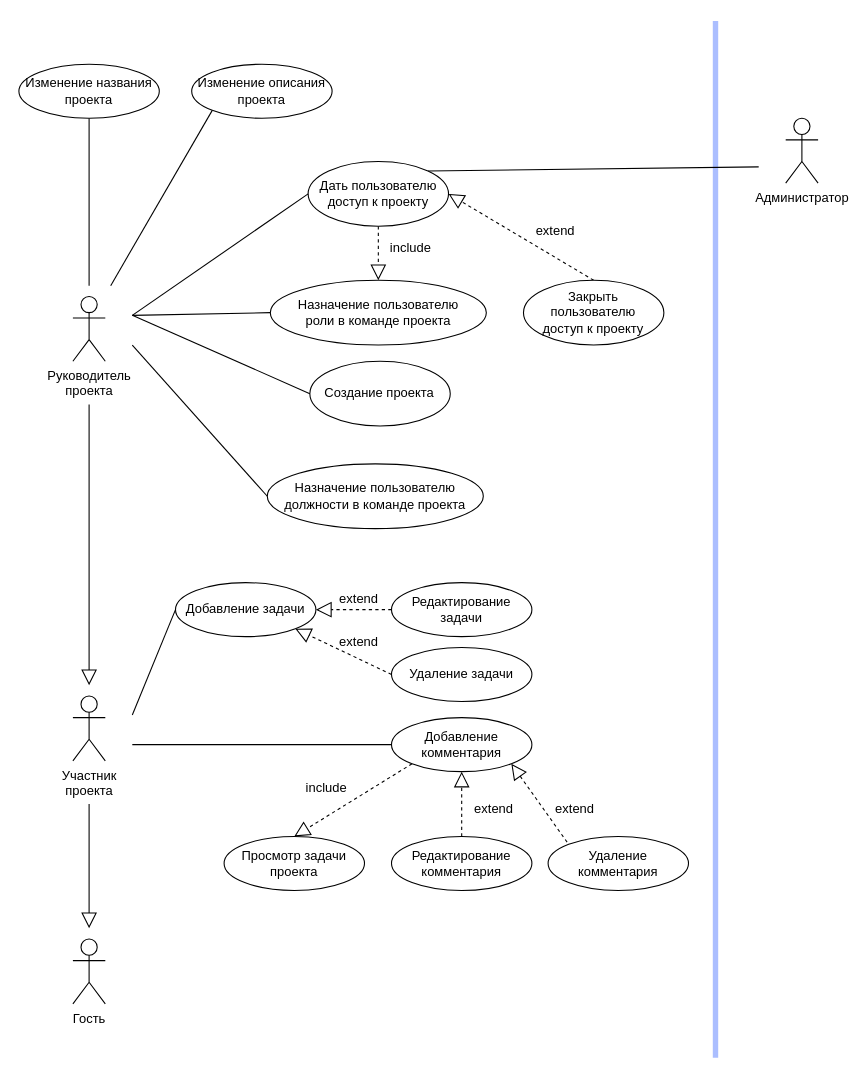
Above: page "Page-4" (4 of 4) of doc/use-case.drawio in UlrixSingle/task-manager-suai-23 (draw.io), before the change. Source tidied: cells renumbered, new cells numbered last; positions are measured from the earlier drawing's top-left corner, leaving out a move shared by most shapes. Both pictures are drawn from the tidied source at 108%, with x=0, y=0 at pixel (18, 21).
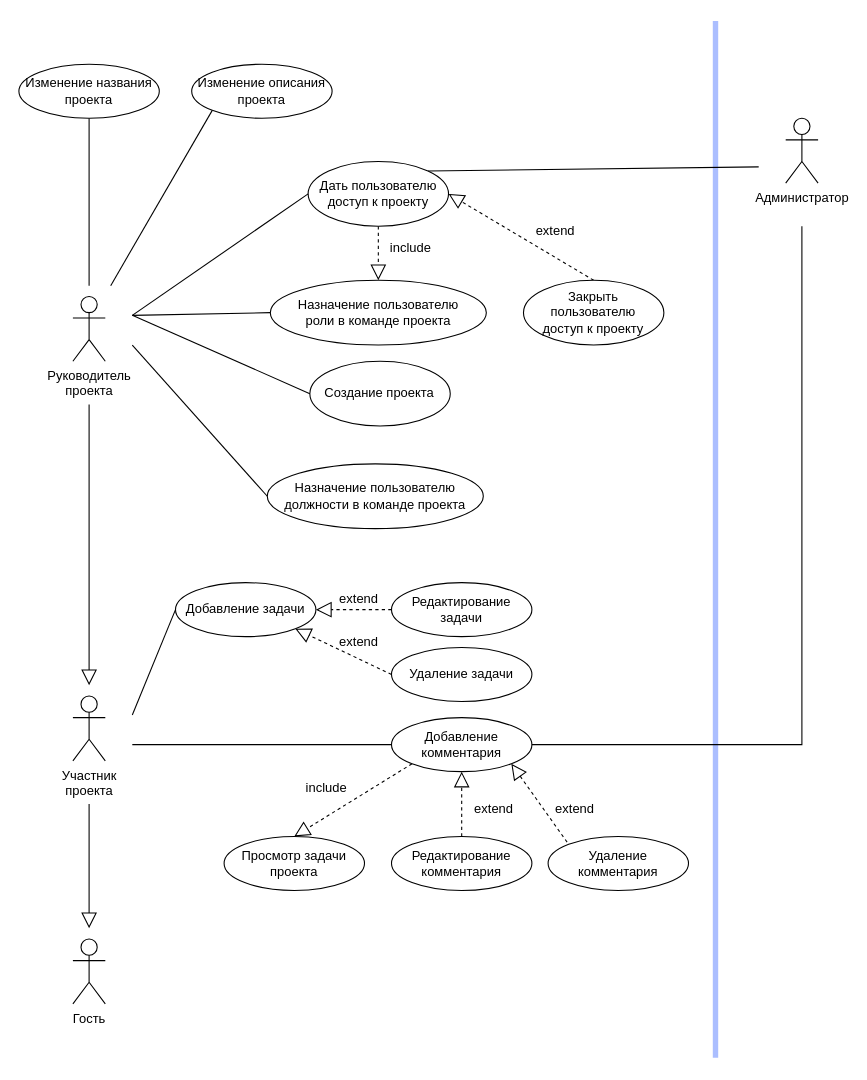
Above is the later version.

Unchanged cells that the change refers to:
```xml
<mxCell id="4" style="rounded=0;whiteSpace=wrap;html=1;fillColor=none;strokeColor=none;" parent="2" vertex="1">
  <mxGeometry width="80" height="110" as="geometry" />
</mxCell>
<mxCell id="42" value="Добавление комментария" style="ellipse;whiteSpace=wrap;html=1;" parent="1" vertex="1">
  <mxGeometry x="345" y="645" width="130" height="50" as="geometry" />
</mxCell>
```

Diff of the diagram source:
```diff
@@
+    <mxCell id="54" style="edgeStyle=orthogonalEdgeStyle;rounded=0;jettySize=auto;html=1;exitX=0.5;exitY=1;exitDx=0;exitDy=0;entryX=1;entryY=0.5;entryDx=0;entryDy=0;endArrow=none;endFill=0;" parent="1" edge="1" source="4" target="42">
+      <mxGeometry relative="1" as="geometry" />
+    </mxCell>
```
